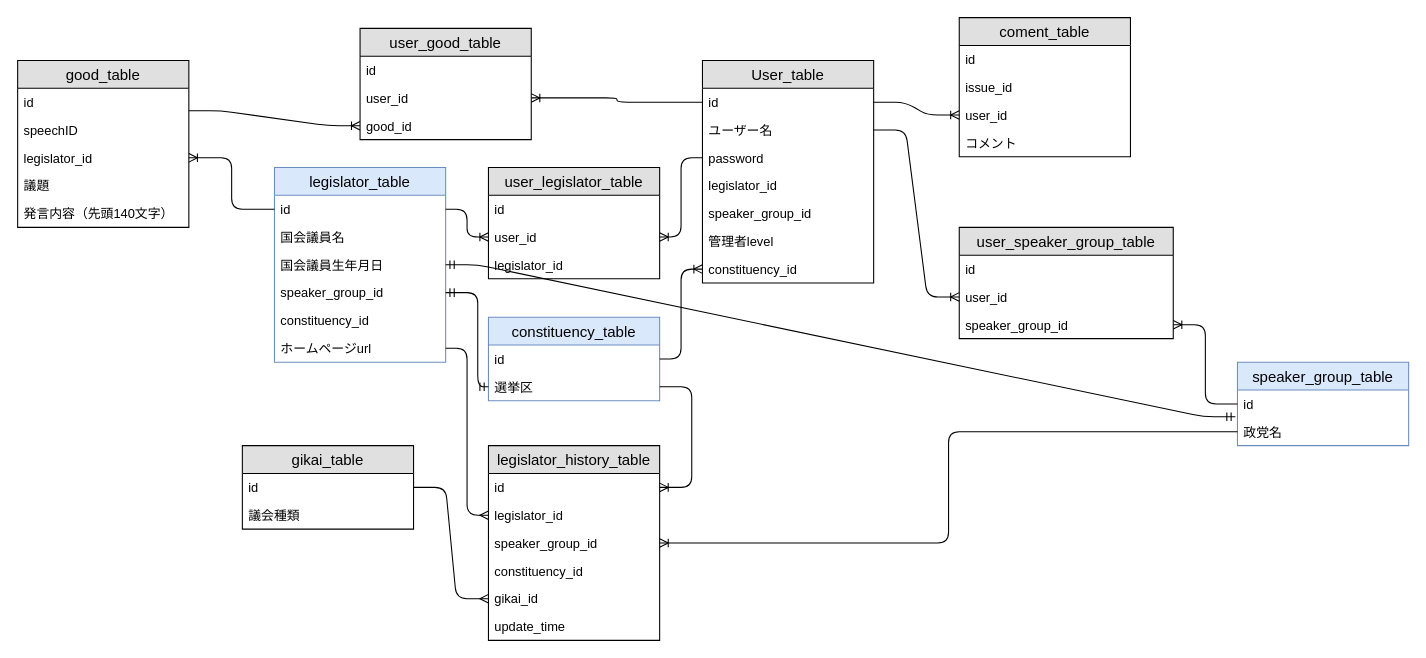
Above: er図.drawio in tukuhuse/myportfolio (draw.io), before the change. Source tidied: cells renumbered, new cells numbered last; positions are measured from the earlier drawing's top-left corner, leaving out a move shared by most shapes. Both pictures are drawn from the tidied source at 107%, with x=0, y=0 at pixel (17, 17).
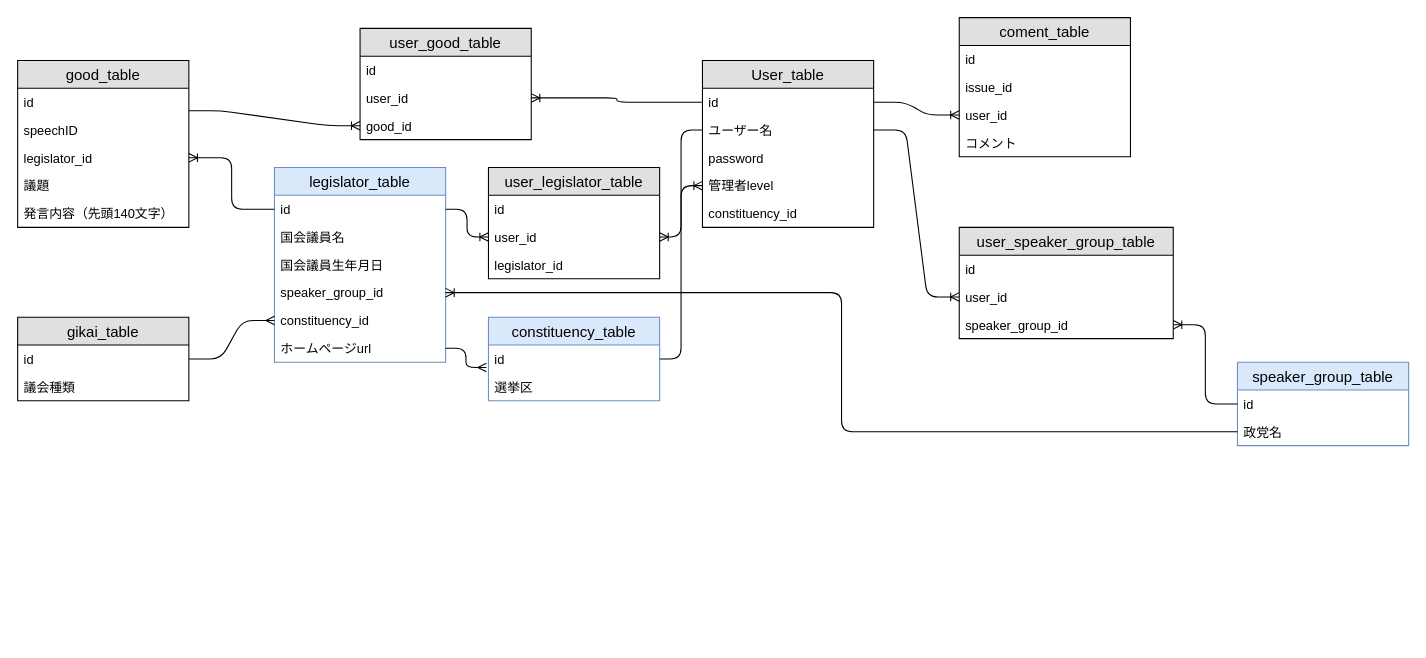
After the change.

Commit message:
er図.drawio を更新します

The change refers to these unchanged cells:
```xml
<mxCell id="19" value="user_id" style="text;strokeColor=none;fillColor=none;spacingLeft=4;spacingRight=4;overflow=hidden;points=[[0,0.5],[1,0.5]];portConstraint=eastwest;fontSize=12;" parent="16" vertex="1">
  <mxGeometry y="78" width="160" height="26" as="geometry" />
</mxCell>
<mxCell id="23" value="user_id" style="text;strokeColor=none;fillColor=none;spacingLeft=4;spacingRight=4;overflow=hidden;points=[[0,0.5],[1,0.5]];portConstraint=eastwest;fontSize=12;" parent="21" vertex="1">
  <mxGeometry y="52" width="160" height="26" as="geometry" />
</mxCell>
<mxCell id="27" value="legislator_table" style="swimlane;fontStyle=0;horizontal=1;startSize=26;fillColor=#dae8fc;swimlaneFillColor=#ffffff;align=center;fontSize=14;strokeColor=#6c8ebf;" parent="1" vertex="1">
  <mxGeometry x="240" y="140" width="160" height="182" as="geometry" />
</mxCell>
<mxCell id="30" value="国会議員生年月日" style="text;strokeColor=none;fillColor=none;spacingLeft=4;spacingRight=4;overflow=hidden;points=[[0,0.5],[1,0.5]];portConstraint=eastwest;fontSize=12;" parent="27" vertex="1">
  <mxGeometry y="78" width="160" height="26" as="geometry" />
</mxCell>
<mxCell id="31" value="speaker_group_id" style="text;strokeColor=none;fillColor=none;spacingLeft=4;spacingRight=4;overflow=hidden;points=[[0,0.5],[1,0.5]];portConstraint=eastwest;fontSize=12;" parent="27" vertex="1">
  <mxGeometry y="104" width="160" height="26" as="geometry" />
</mxCell>
<mxCell id="33" value="ホームページurl" style="text;strokeColor=none;fillColor=none;spacingLeft=4;spacingRight=4;overflow=hidden;points=[[0,0.5],[1,0.5]];portConstraint=eastwest;fontSize=12;" parent="27" vertex="1">
  <mxGeometry y="156" width="160" height="26" as="geometry" />
</mxCell>
<mxCell id="38" value="政党名" style="text;strokeColor=none;fillColor=none;spacingLeft=4;spacingRight=4;overflow=hidden;points=[[0,0.5],[1,0.5]];portConstraint=eastwest;fontSize=12;" parent="36" vertex="1">
  <mxGeometry y="52" width="160" height="26" as="geometry" />
</mxCell>
<mxCell id="40" value="id" style="text;strokeColor=none;fillColor=none;spacingLeft=4;spacingRight=4;overflow=hidden;points=[[0,0.5],[1,0.5]];portConstraint=eastwest;fontSize=12;" parent="39" vertex="1">
  <mxGeometry y="26" width="160" height="26" as="geometry" />
</mxCell>
<mxCell id="41" value="選挙区" style="text;strokeColor=none;fillColor=none;spacingLeft=4;spacingRight=4;overflow=hidden;points=[[0,0.5],[1,0.5]];portConstraint=eastwest;fontSize=12;" parent="39" vertex="1">
  <mxGeometry y="52" width="160" height="26" as="geometry" />
</mxCell>
<mxCell id="44" value="user_id" style="text;strokeColor=none;fillColor=none;spacingLeft=4;spacingRight=4;overflow=hidden;points=[[0,0.5],[1,0.5]];portConstraint=eastwest;fontSize=12;" parent="42" vertex="1">
  <mxGeometry y="52" width="160" height="26" as="geometry" />
</mxCell>
<mxCell id="48" value="user_id" style="text;strokeColor=none;fillColor=none;spacingLeft=4;spacingRight=4;overflow=hidden;points=[[0,0.5],[1,0.5]];portConstraint=eastwest;fontSize=12;" parent="46" vertex="1">
  <mxGeometry y="52" width="200" height="26" as="geometry" />
</mxCell>
<mxCell id="69" value="id" style="text;strokeColor=none;fillColor=none;spacingLeft=4;spacingRight=4;overflow=hidden;points=[[0,0.5],[1,0.5]];portConstraint=eastwest;fontSize=12;" parent="68" vertex="1">
  <mxGeometry y="26" width="160" height="26" as="geometry" />
</mxCell>
```

Diff of the diagram source:
```diff
@@
-    <mxCell id="2" value="User_table" style="swimlane;fontStyle=0;horizontal=1;startSize=26;fillColor=#e0e0e0;swimlaneFillColor=#ffffff;align=center;fontSize=14;" parent="1" vertex="1">
-      <mxGeometry x="640" y="40" width="160" height="208" as="geometry" />
-    </mxCell>
-    <mxCell id="3" value="id" style="text;strokeColor=none;fillColor=none;spacingLeft=4;spacingRight=4;overflow=hidden;points=[[0,0.5],[1,0.5]];portConstraint=eastwest;fontSize=12;" parent="2" vertex="1">
-      <mxGeometry y="26" width="160" height="26" as="geometry" />
-    </mxCell>
-    <mxCell id="4" value="ユーザー名" style="text;strokeColor=none;fillColor=none;spacingLeft=4;spacingRight=4;overflow=hidden;points=[[0,0.5],[1,0.5]];portConstraint=eastwest;fontSize=12;" parent="2" vertex="1">
-      <mxGeometry y="52" width="160" height="26" as="geometry" />
-    </mxCell>
-    <mxCell id="5" value="password" style="text;strokeColor=none;fillColor=none;spacingLeft=4;spacingRight=4;overflow=hidden;points=[[0,0.5],[1,0.5]];portConstraint=eastwest;fontSize=12;" parent="2" vertex="1">
-      <mxGeometry y="78" width="160" height="26" as="geometry" />
-    </mxCell>
-    <mxCell id="6" value="legislator_id" style="text;strokeColor=none;fillColor=none;spacingLeft=4;spacingRight=4;overflow=hidden;fontSize=12;" parent="2" vertex="1">
-      <mxGeometry y="104" width="160" height="26" as="geometry" />
-    </mxCell>
-    <mxCell id="7" value="speaker_group_id" style="text;strokeColor=none;fillColor=none;spacingLeft=4;spacingRight=4;overflow=hidden;fontSize=12;" parent="2" vertex="1">
-      <mxGeometry y="130" width="160" height="26" as="geometry" />
-    </mxCell>
-    <mxCell id="8" value="管理者level" style="text;strokeColor=none;fillColor=none;spacingLeft=4;spacingRight=4;overflow=hidden;fontSize=12;" parent="2" vertex="1">
-      <mxGeometry y="156" width="160" height="26" as="geometry" />
-    </mxCell>
-    <mxCell id="9" value="constituency_id" style="text;strokeColor=none;fillColor=none;spacingLeft=4;spacingRight=4;overflow=hidden;points=[[0,0.5],[1,0.5]];portConstraint=eastwest;fontSize=12;" parent="2" vertex="1">
-      <mxGeometry y="182" width="160" height="26" as="geometry" />
-    </mxCell>
@@
-    <mxCell id="26" style="edgeStyle=elbowEdgeStyle;fontSize=12;html=1;endArrow=ERoneToMany;exitX=0;exitY=0.5;exitDx=0;exitDy=0;entryX=1;entryY=0.5;entryDx=0;entryDy=0;" parent="1" edge="1" source="3" target="23">
-      <mxGeometry relative="1" as="geometry" />
+    <mxCell id="26" style="edgeStyle=elbowEdgeStyle;fontSize=12;html=1;endArrow=ERoneToMany;exitX=0;exitY=0.5;exitDx=0;exitDy=0;entryX=1;entryY=0.5;entryDx=0;entryDy=0;" parent="1" edge="1" target="23">
+      <mxGeometry relative="1" as="geometry">
+        <mxPoint x="640" y="79" as="sourcePoint" />
+      </mxGeometry>
     </mxCell>
@@
-    <mxCell id="32" value="constituency_id" style="text;strokeColor=none;fillColor=none;spacingLeft=4;spacingRight=4;overflow=hidden;fontSize=12;" parent="27" vertex="1">
-      <mxGeometry y="130" width="160" height="26" as="geometry" />
-    </mxCell>
+    <mxCell id="71" value="constituency_id" style="text;strokeColor=none;fillColor=none;spacingLeft=4;spacingRight=4;overflow=hidden;points=[[0,0.5],[1,0.5]];portConstraint=eastwest;fontSize=12;" parent="27" vertex="1">
+      <mxGeometry y="130" width="160" height="26" as="geometry" />
+    </mxCell>
@@
-    <mxCell id="34" style="edgeStyle=entityRelationEdgeStyle;fontSize=12;html=1;endArrow=ERoneToMany;exitX=1;exitY=0.5;exitDx=0;exitDy=0;entryX=0;entryY=0.5;entryDx=0;entryDy=0;" parent="1" edge="1" source="3" target="19">
-      <mxGeometry relative="1" as="geometry" />
+    <mxCell id="34" style="edgeStyle=entityRelationEdgeStyle;fontSize=12;html=1;endArrow=ERoneToMany;exitX=1;exitY=0.5;exitDx=0;exitDy=0;entryX=0;entryY=0.5;entryDx=0;entryDy=0;" parent="1" edge="1" target="19">
+      <mxGeometry relative="1" as="geometry">
+        <mxPoint x="800" y="79" as="sourcePoint" />
+      </mxGeometry>
     </mxCell>
@@
-    <mxCell id="50" style="edgeStyle=entityRelationEdgeStyle;fontSize=12;html=1;endArrow=ERoneToMany;entryX=0;entryY=0.5;entryDx=0;entryDy=0;exitX=1;exitY=0.5;exitDx=0;exitDy=0;" parent="1" edge="1" source="4" target="48">
-      <mxGeometry relative="1" as="geometry" />
+    <mxCell id="50" style="edgeStyle=entityRelationEdgeStyle;fontSize=12;html=1;endArrow=ERoneToMany;entryX=0;entryY=0.5;entryDx=0;entryDy=0;exitX=1;exitY=0.5;exitDx=0;exitDy=0;" parent="1" edge="1" target="48">
+      <mxGeometry relative="1" as="geometry">
+        <mxPoint x="800" y="105" as="sourcePoint" />
+      </mxGeometry>
     </mxCell>
@@
-    <mxCell id="52" style="edgeStyle=elbowEdgeStyle;fontSize=12;html=1;endArrow=ERoneToMany;entryX=0;entryY=0.5;entryDx=0;entryDy=0;exitX=1;exitY=0.5;exitDx=0;exitDy=0;" parent="1" edge="1" source="40" target="9">
-      <mxGeometry relative="1" as="geometry" />
+    <mxCell id="52" style="edgeStyle=elbowEdgeStyle;fontSize=12;html=1;endArrow=ERoneToMany;entryX=0;entryY=0.5;entryDx=0;entryDy=0;exitX=1;exitY=0.5;exitDx=0;exitDy=0;" parent="1" edge="1" source="40">
+      <mxGeometry relative="1" as="geometry">
+        <mxPoint x="640" y="157" as="targetPoint" />
+      </mxGeometry>
     </mxCell>
-    <mxCell id="53" style="edgeStyle=elbowEdgeStyle;fontSize=12;html=1;endArrow=ERoneToMany;entryX=1;entryY=0.5;entryDx=0;entryDy=0;" parent="1" edge="1" source="5" target="44">
-      <mxGeometry relative="1" as="geometry" />
+    <mxCell id="53" style="edgeStyle=elbowEdgeStyle;fontSize=12;html=1;endArrow=ERoneToMany;entryX=1;entryY=0.5;entryDx=0;entryDy=0;" parent="1" edge="1" target="44">
+      <mxGeometry relative="1" as="geometry">
+        <mxPoint x="640" y="105" as="sourcePoint" />
+      </mxGeometry>
     </mxCell>
@@
-    <mxCell id="55" value="legislator_history_table" style="swimlane;fontStyle=0;horizontal=1;startSize=26;fillColor=#e0e0e0;swimlaneFillColor=#ffffff;align=center;fontSize=14;" parent="1" vertex="1">
-      <mxGeometry x="440" y="400" width="160" height="182" as="geometry" />
-    </mxCell>
-    <mxCell id="56" value="id" style="text;strokeColor=none;fillColor=none;spacingLeft=4;spacingRight=4;overflow=hidden;points=[[0,0.5],[1,0.5]];portConstraint=eastwest;fontSize=12;" parent="55" vertex="1">
-      <mxGeometry y="26" width="160" height="26" as="geometry" />
-    </mxCell>
-    <mxCell id="57" value="legislator_id" style="text;strokeColor=none;fillColor=none;spacingLeft=4;spacingRight=4;overflow=hidden;points=[[0,0.5],[1,0.5]];portConstraint=eastwest;fontSize=12;" parent="55" vertex="1">
-      <mxGeometry y="52" width="160" height="26" as="geometry" />
-    </mxCell>
-    <mxCell id="58" value="speaker_group_id" style="text;strokeColor=none;fillColor=none;spacingLeft=4;spacingRight=4;overflow=hidden;points=[[0,0.5],[1,0.5]];portConstraint=eastwest;fontSize=12;" parent="55" vertex="1">
-      <mxGeometry y="78" width="160" height="26" as="geometry" />
-    </mxCell>
-    <mxCell id="59" value="constituency_id" style="text;strokeColor=none;fillColor=none;spacingLeft=4;spacingRight=4;overflow=hidden;fontSize=12;" parent="55" vertex="1">
-      <mxGeometry y="104" width="160" height="26" as="geometry" />
-    </mxCell>
-    <mxCell id="60" value="gikai_id" style="text;strokeColor=none;fillColor=none;spacingLeft=4;spacingRight=4;overflow=hidden;points=[[0,0.5],[1,0.5]];portConstraint=eastwest;fontSize=12;" parent="55" vertex="1">
-      <mxGeometry y="130" width="160" height="26" as="geometry" />
-    </mxCell>
-    <mxCell id="61" value="update_time" style="text;strokeColor=none;fillColor=none;spacingLeft=4;spacingRight=4;overflow=hidden;fontSize=12;" parent="55" vertex="1">
-      <mxGeometry y="156" width="160" height="26" as="geometry" />
-    </mxCell>
-    <mxCell id="62" style="edgeStyle=elbowEdgeStyle;fontSize=12;html=1;endArrow=ERmany;exitX=1;exitY=0.5;exitDx=0;exitDy=0;entryX=0;entryY=0.5;entryDx=0;entryDy=0;" parent="1" edge="1" source="33" target="57">
+    <mxCell id="62" style="edgeStyle=elbowEdgeStyle;fontSize=12;html=1;endArrow=ERmany;exitX=1;exitY=0.5;exitDx=0;exitDy=0;entryX=-0.012;entryY=0.808;entryDx=0;entryDy=0;entryPerimeter=0;" parent="1" edge="1" source="33" target="40">
       <mxGeometry relative="1" as="geometry" />
     </mxCell>
-    <mxCell id="63" style="edgeStyle=elbowEdgeStyle;fontSize=12;html=1;endArrow=ERoneToMany;entryX=1;entryY=0.5;entryDx=0;entryDy=0;exitX=0;exitY=0.5;exitDx=0;exitDy=0;" parent="1" edge="1" source="38" target="58">
+    <mxCell id="63" style="edgeStyle=elbowEdgeStyle;fontSize=12;html=1;endArrow=ERoneToMany;exitX=0;exitY=0.5;exitDx=0;exitDy=0;entryX=1;entryY=0.5;entryDx=0;entryDy=0;" parent="1" edge="1" source="38" target="31">
       <mxGeometry relative="1" as="geometry" />
     </mxCell>
-    <mxCell id="64" style="edgeStyle=elbowEdgeStyle;fontSize=12;html=1;endArrow=ERoneToMany;entryX=1;entryY=0.5;entryDx=0;entryDy=0;exitX=1;exitY=0.5;exitDx=0;exitDy=0;" parent="1" edge="1" source="41" target="56">
-      <mxGeometry relative="1" as="geometry">
-        <Array as="points">
-          <mxPoint x="630" y="392" />
-        </Array>
-      </mxGeometry>
-    </mxCell>
-    <mxCell id="65" style="edgeStyle=entityRelationEdgeStyle;fontSize=12;html=1;endArrow=ERmany;exitX=1;exitY=0.5;exitDx=0;exitDy=0;entryX=0;entryY=0.5;entryDx=0;entryDy=0;" parent="1" edge="1" source="69" target="60">
+    <mxCell id="65" style="edgeStyle=entityRelationEdgeStyle;fontSize=12;html=1;endArrow=ERmany;exitX=1;exitY=0.5;exitDx=0;exitDy=0;entryX=0;entryY=0.5;entryDx=0;entryDy=0;" parent="1" edge="1" source="69" target="71">
       <mxGeometry relative="1" as="geometry" />
     </mxCell>
-    <mxCell id="66" style="edgeStyle=entityRelationEdgeStyle;fontSize=12;html=1;endArrow=ERmandOne;startArrow=ERmandOne;exitX=1;exitY=0.5;exitDx=0;exitDy=0;entryX=-0.012;entryY=-0.038;entryDx=0;entryDy=0;entryPerimeter=0;" parent="1" edge="1" source="30" target="38">
-      <mxGeometry relative="1" as="geometry" />
-    </mxCell>
-    <mxCell id="67" style="edgeStyle=elbowEdgeStyle;fontSize=12;html=1;endArrow=ERmandOne;startArrow=ERmandOne;entryX=0;entryY=0.5;entryDx=0;entryDy=0;exitX=1;exitY=0.5;exitDx=0;exitDy=0;" parent="1" edge="1" source="31" target="41">
-      <mxGeometry relative="1" as="geometry">
-        <Array as="points">
-          <mxPoint x="430" y="270" />
-        </Array>
-      </mxGeometry>
-    </mxCell>
     <mxCell id="68" value="gikai_table" style="swimlane;fontStyle=0;horizontal=1;startSize=26;fillColor=#e0e0e0;swimlaneFillColor=#ffffff;align=center;fontSize=14;" parent="1" vertex="1">
-      <mxGeometry x="210" y="400" width="160" height="78" as="geometry" />
+      <mxGeometry y="280" width="160" height="78" as="geometry" />
     </mxCell>
@@
+    <mxCell id="2" value="User_table" style="swimlane;fontStyle=0;horizontal=1;startSize=26;fillColor=#e0e0e0;swimlaneFillColor=#ffffff;align=center;fontSize=14;" parent="1" vertex="1">
+      <mxGeometry x="640" y="40" width="160" height="156" as="geometry" />
+    </mxCell>
+    <mxCell id="72" value="id" style="text;strokeColor=none;fillColor=none;spacingLeft=4;spacingRight=4;overflow=hidden;fontSize=12;" parent="2" vertex="1">
+      <mxGeometry y="26" width="160" height="26" as="geometry" />
+    </mxCell>
+    <mxCell id="4" value="ユーザー名" style="text;strokeColor=none;fillColor=none;spacingLeft=4;spacingRight=4;overflow=hidden;points=[[0,0.5],[1,0.5]];portConstraint=eastwest;fontSize=12;" parent="2" vertex="1">
+      <mxGeometry y="52" width="160" height="26" as="geometry" />
+    </mxCell>
+    <mxCell id="5" value="password" style="text;strokeColor=none;fillColor=none;spacingLeft=4;spacingRight=4;overflow=hidden;points=[[0,0.5],[1,0.5]];portConstraint=eastwest;fontSize=12;" parent="2" vertex="1">
+      <mxGeometry y="78" width="160" height="26" as="geometry" />
+    </mxCell>
+    <mxCell id="8" value="管理者level" style="text;strokeColor=none;fillColor=none;spacingLeft=4;spacingRight=4;overflow=hidden;fontSize=12;" parent="2" vertex="1">
+      <mxGeometry y="104" width="160" height="26" as="geometry" />
+    </mxCell>
+    <mxCell id="73" value="constituency_id" style="text;strokeColor=none;fillColor=none;spacingLeft=4;spacingRight=4;overflow=hidden;fontSize=12;" parent="2" vertex="1">
+      <mxGeometry y="130" width="160" height="26" as="geometry" />
+    </mxCell>
```
